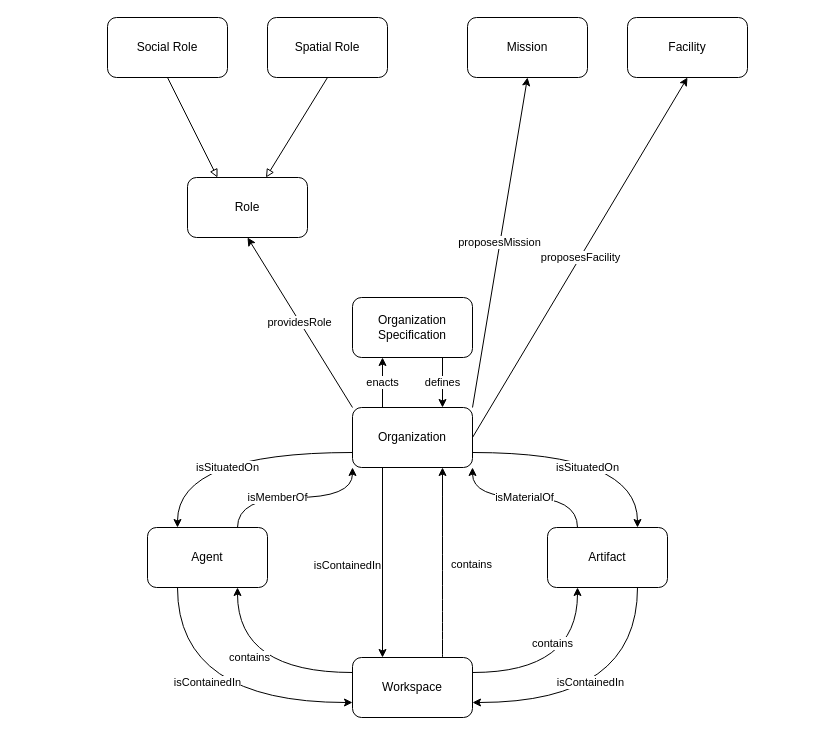
Before: domains/logistics/create-organization/create-organization.drawio in HyperAgents/hmas, a draw.io diagram. Source tidied: cells renumbered, new cells numbered last; positions are measured from the earlier drawing's top-left corner, leaving out a move shared by most shapes. Both pictures are drawn from the tidied source at 100%, with x=0, y=0 at pixel (107, 17).
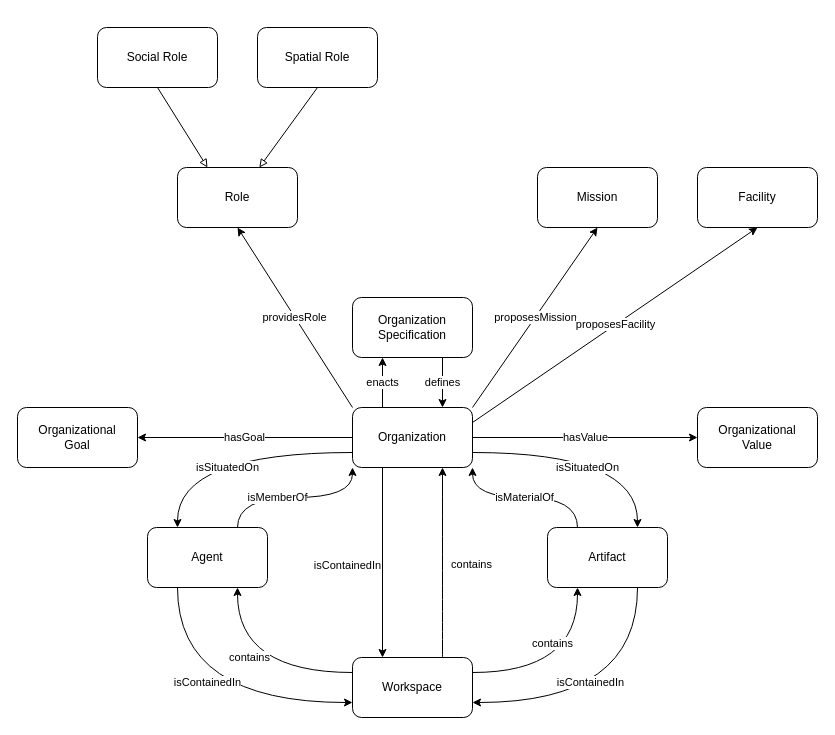
After the change.

Commit message (it also covers changes not shown here):
Added Organizational Goal and Value

The change refers to these unchanged cells:
```xml
<mxCell id="9" value="Organization" style="rounded=1;whiteSpace=wrap;html=1;" parent="1" vertex="1">
  <mxGeometry x="245" y="390" width="120" height="60" as="geometry" />
</mxCell>
```

What changed in the source:
```diff
@@
-    <mxCell id="8" value="proposesFacility" style="edgeStyle=none;rounded=0;jettySize=auto;html=1;exitX=1;exitY=0.5;exitDx=0;exitDy=0;entryX=0.5;entryY=1;entryDx=0;entryDy=0;startArrow=none;startFill=0;endArrow=classic;endFill=1;" parent="1" edge="1" source="9" target="29">
+    <mxCell id="8" value="proposesFacility" style="edgeStyle=none;rounded=0;jettySize=auto;html=1;exitX=1;exitY=0.25;exitDx=0;exitDy=0;entryX=0.5;entryY=1;entryDx=0;entryDy=0;startArrow=none;startFill=0;endArrow=classic;endFill=1;" parent="1" edge="1" source="9" target="29">
       <mxGeometry relative="1" as="geometry" />
     </mxCell>
+    <mxCell id="30" value="hasValue" style="edgeStyle=orthogonalEdgeStyle;rounded=0;jettySize=auto;html=1;exitX=1;exitY=0.5;exitDx=0;exitDy=0;entryX=0;entryY=0.5;entryDx=0;entryDy=0;" parent="1" edge="1" source="9" target="33">
+      <mxGeometry relative="1" as="geometry" />
+    </mxCell>
+    <mxCell id="31" value="hasGoal" style="edgeStyle=orthogonalEdgeStyle;rounded=0;jettySize=auto;html=1;exitX=0;exitY=0.5;exitDx=0;exitDy=0;entryX=1;entryY=0.5;entryDx=0;entryDy=0;" parent="1" edge="1" source="9" target="32">
+      <mxGeometry relative="1" as="geometry" />
+    </mxCell>
@@
     <mxCell id="10" value="Role" style="rounded=1;whiteSpace=wrap;html=1;" parent="1" vertex="1">
-      <mxGeometry x="80" y="160" width="120" height="60" as="geometry" />
+      <mxGeometry x="70" y="150" width="120" height="60" as="geometry" />
     </mxCell>
@@
     <mxCell id="12" value="Spatial Role" style="rounded=1;whiteSpace=wrap;html=1;" parent="1" vertex="1">
-      <mxGeometry x="160" width="120" height="60" as="geometry" />
+      <mxGeometry x="150" y="10" width="120" height="60" as="geometry" />
     </mxCell>
     <mxCell id="13" value="Mission" style="rounded=1;whiteSpace=wrap;html=1;" parent="1" vertex="1">
-      <mxGeometry x="360" width="120" height="60" as="geometry" />
+      <mxGeometry x="430" y="150" width="120" height="60" as="geometry" />
     </mxCell>
@@
     <mxCell id="28" value="Social Role" style="rounded=1;whiteSpace=wrap;html=1;" parent="1" vertex="1">
-      <mxGeometry width="120" height="60" as="geometry" />
+      <mxGeometry x="-10" y="10" width="120" height="60" as="geometry" />
     </mxCell>
     <mxCell id="29" value="Facility" style="rounded=1;whiteSpace=wrap;html=1;" parent="1" vertex="1">
-      <mxGeometry x="520" width="120" height="60" as="geometry" />
+      <mxGeometry x="590" y="150" width="120" height="60" as="geometry" />
     </mxCell>
+    <mxCell id="32" value="&lt;div&gt;Organizational&lt;/div&gt;&lt;div&gt;Goal&lt;/div&gt;" style="rounded=1;whiteSpace=wrap;html=1;" parent="1" vertex="1">
+      <mxGeometry x="-90" y="390" width="120" height="60" as="geometry" />
+    </mxCell>
+    <mxCell id="33" value="&lt;div&gt;Organizational&lt;/div&gt;&lt;div&gt;Value&lt;br&gt;&lt;/div&gt;" style="rounded=1;whiteSpace=wrap;html=1;" parent="1" vertex="1">
+      <mxGeometry x="590" y="390" width="120" height="60" as="geometry" />
+    </mxCell>
```
